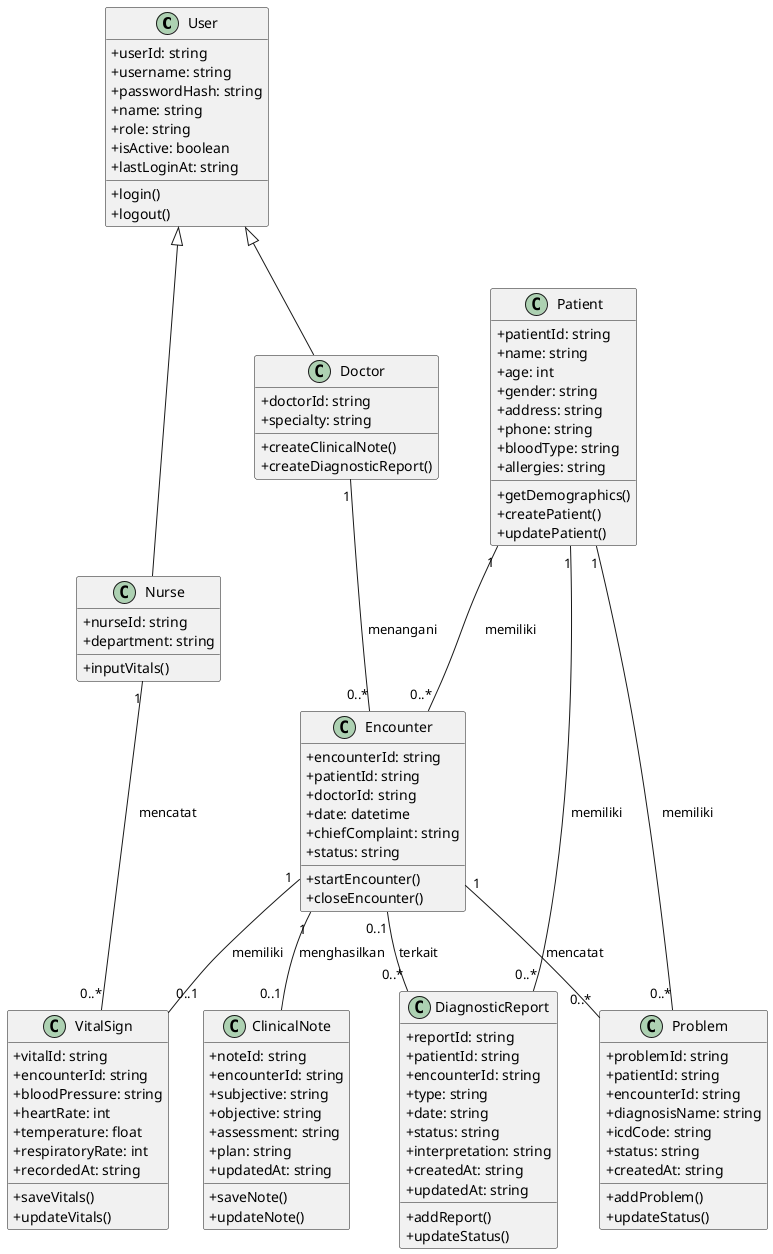
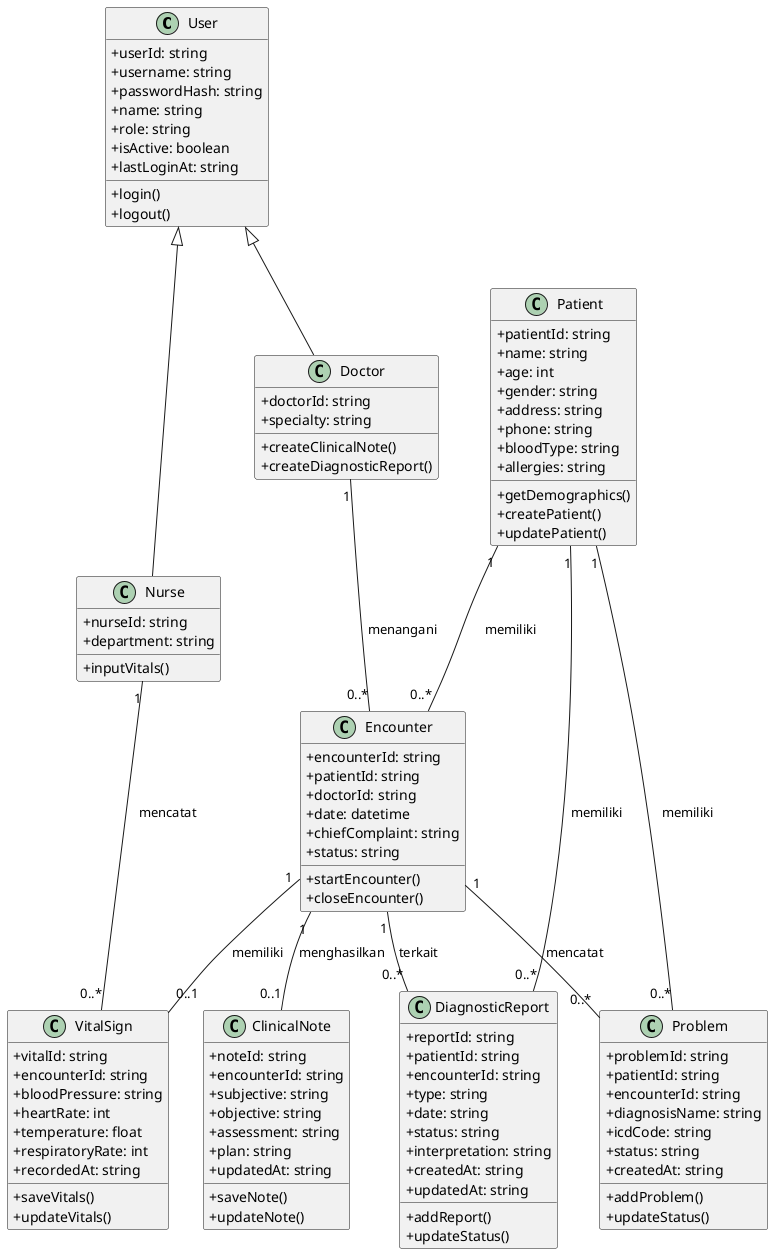
@startuml
skinparam shadowing false
skinparam classAttributeIconSize 0

class User {
  +userId: string
  +username: string
  +passwordHash: string
  +name: string
  +role: string
  +isActive: boolean
  +lastLoginAt: string
  +login()
  +logout()
}

class Doctor {
  +doctorId: string
  +specialty: string
  +createClinicalNote()
  +createDiagnosticReport()
}

class Nurse {
  +nurseId: string
  +department: string
  +inputVitals()
}

class Patient {
  +patientId: string
  +name: string
  +age: int
  +gender: string
  +address: string
  +phone: string
  +bloodType: string
  +allergies: string
  +getDemographics()
  +createPatient()
  +updatePatient()
}

class Encounter {
  +encounterId: string
  +patientId: string
  +doctorId: string
  +date: datetime
  +chiefComplaint: string
  +status: string
  +startEncounter()
  +closeEncounter()
}

class ClinicalNote {
  +noteId: string
  +encounterId: string
  +subjective: string
  +objective: string
  +assessment: string
  +plan: string
  +updatedAt: string
  +saveNote()
  +updateNote()
}

class Problem {
  +problemId: string
  +patientId: string
  +encounterId: string
  +diagnosisName: string
  +icdCode: string
  +status: string
  +createdAt: string
  +addProblem()
  +updateStatus()
}

class VitalSign {
  +vitalId: string
  +encounterId: string
  +bloodPressure: string
  +heartRate: int
  +temperature: float
  +respiratoryRate: int
  +recordedAt: string
  +saveVitals()
  +updateVitals()
}

class DiagnosticReport {
  +reportId: string
  +patientId: string
  +encounterId: string
  +type: string
  +date: string
  +status: string
  +interpretation: string
  +createdAt: string
  +updatedAt: string
  +addReport()
  +updateStatus()
}

User <|-- Doctor
User <|-- Nurse

Patient "1" -- "0..*" Encounter : memiliki
Doctor "1" -- "0..*" Encounter : menangani

Encounter "1" -- "0..1" ClinicalNote : menghasilkan
Encounter "1" -- "0..1" VitalSign : memiliki
Encounter "1" -- "0..*" Problem : mencatat
- Encounter "0..1" -- "0..*" DiagnosticReport : terkait
+ Encounter "1" -- "0..*" DiagnosticReport : terkait

Patient "1" -- "0..*" Problem : memiliki
Patient "1" -- "0..*" DiagnosticReport : memiliki

Nurse "1" -- "0..*" VitalSign : mencatat

@enduml
